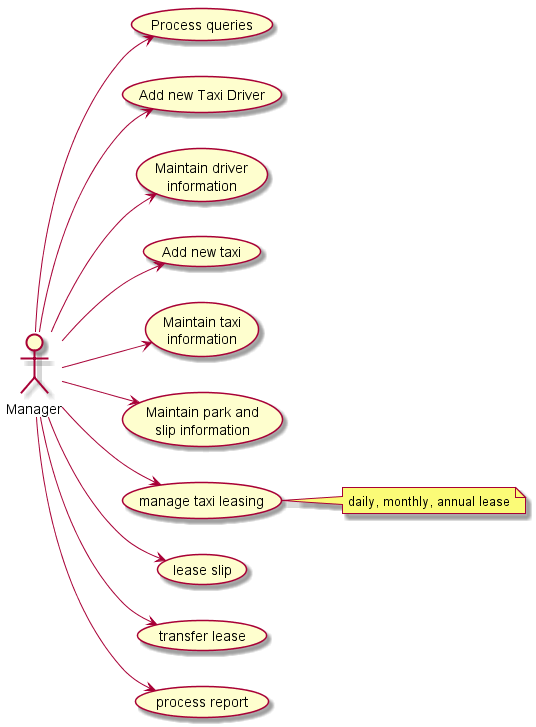
This is class diagram/usecase 1.png from 03376808-OOAD/plantuml-diagram, a PlantUML export, as it was before one commit. The source it was exported from:
```plantuml
@startuml
left to right direction
actor :Manager:
:Manager: --> (Process queries)
:Manager: --> (Add new Taxi Driver)
:Manager: --> (Maintain driver\ninformation)
:Manager: --> (Add new taxi)
:Manager: --> (Maintain taxi\ninformation)
:Manager: --> (Maintain park and \nslip information)
:Manager: --> (manage taxi leasing)
note right:  daily, monthly, annual lease
:Manager: --> (lease slip)
:Manager: --> (transfer lease)
:Manager: --> (process report)
@enduml
```
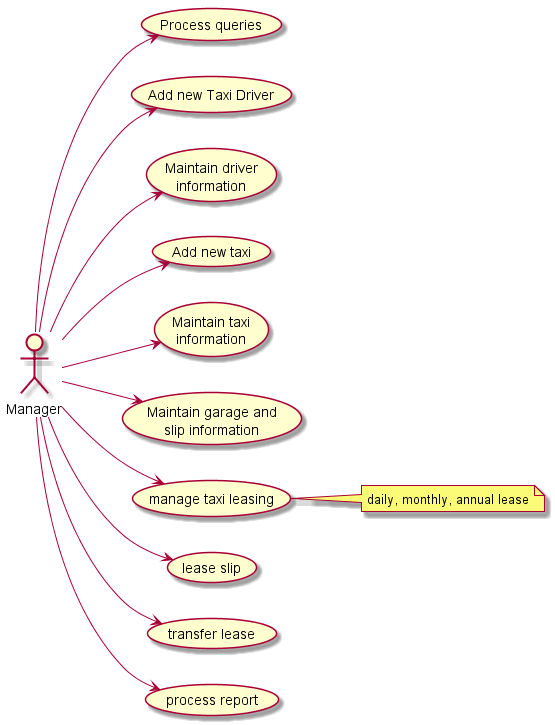
The same diagram one commit later.

Commit message:
add class diagram

Change to the diagram source:
```diff
@@ -6,7 +6,7 @@
 :Manager: --> (Maintain driver\ninformation)
 :Manager: --> (Add new taxi)
 :Manager: --> (Maintain taxi\ninformation)
-:Manager: --> (Maintain park and \nslip information)
+:Manager: --> (Maintain garage and \nslip information)
 :Manager: --> (manage taxi leasing)
 note right:  daily, monthly, annual lease
 :Manager: --> (lease slip)
```
